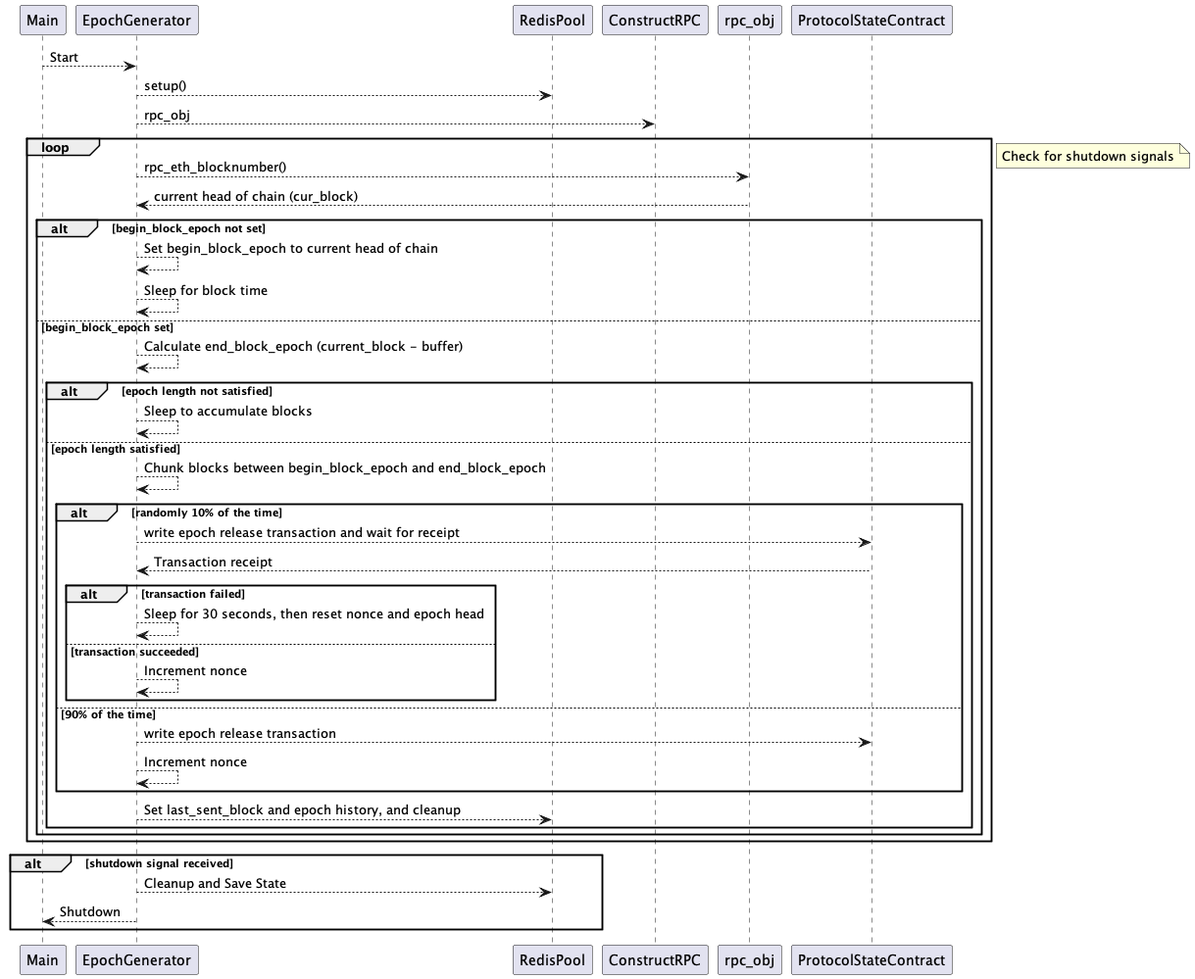
This is docs/images/epoch_generator.png from PowerLoom/epoch-manager, a PlantUML export, as it was before one commit.
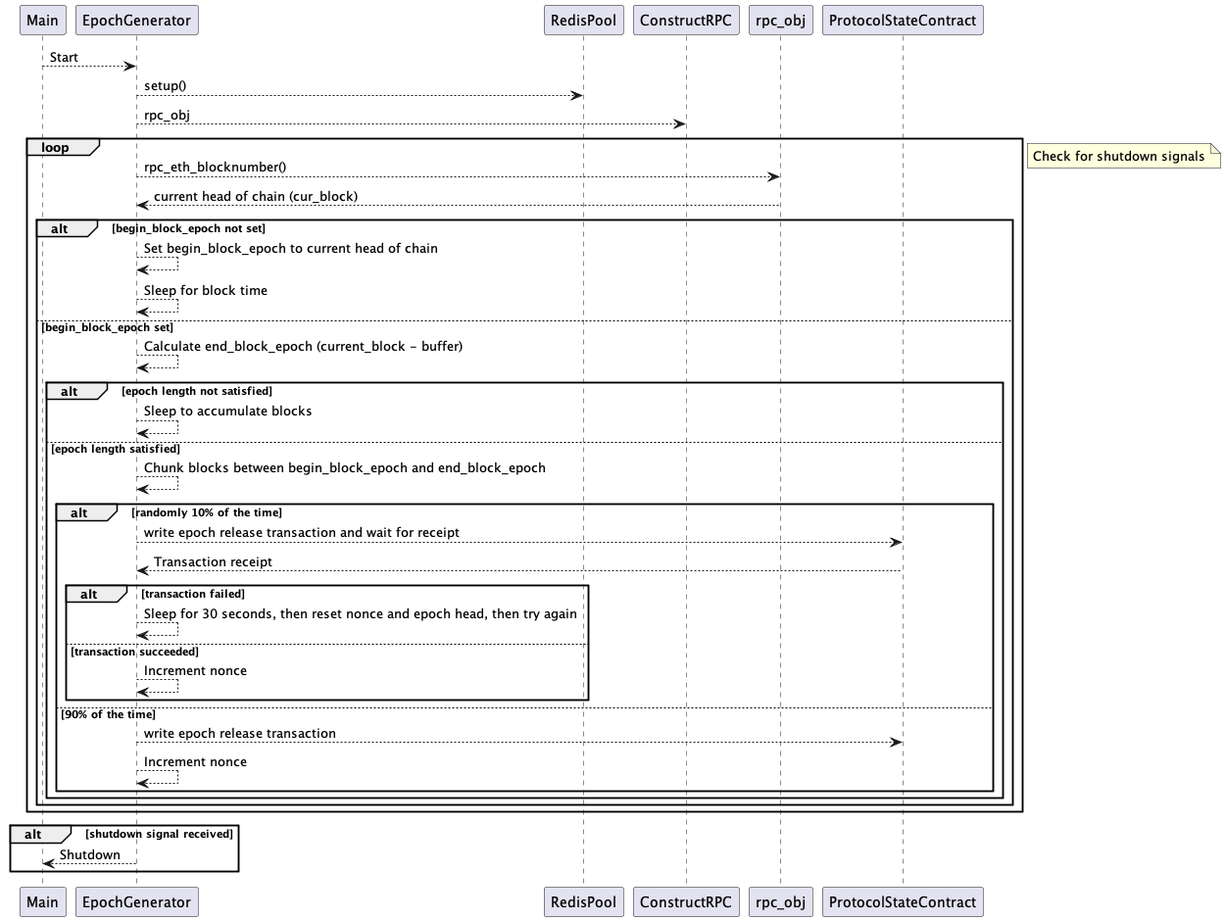
Above is the later version.

Commit message:
chore: update sequence diagrams, fix sleep times to 30 seconds while resettings nonce

What changed in the source:
```diff
@@ -23,7 +23,7 @@
                 EpochGenerator --> ProtocolStateContract : write epoch release transaction and wait for receipt
                 ProtocolStateContract --> EpochGenerator : Transaction receipt
                 alt transaction failed
-                    EpochGenerator --> EpochGenerator : Sleep for 30 seconds, then reset nonce and epoch head
+                    EpochGenerator --> EpochGenerator : Sleep for 30 seconds, then reset nonce and epoch head, then try again
                 else transaction succeeded
                     EpochGenerator --> EpochGenerator : Increment nonce
                 end
@@ -31,7 +31,6 @@
                 EpochGenerator --> ProtocolStateContract : write epoch release transaction
                 EpochGenerator --> EpochGenerator : Increment nonce
             end
-            EpochGenerator --> RedisPool : Set last_sent_block and epoch history, and cleanup
 
         end
     end
@@ -42,7 +41,6 @@
 end note
 
 alt shutdown signal received
-    EpochGenerator --> RedisPool : Cleanup and Save State
     EpochGenerator --> Main : Shutdown
 end
 
```
